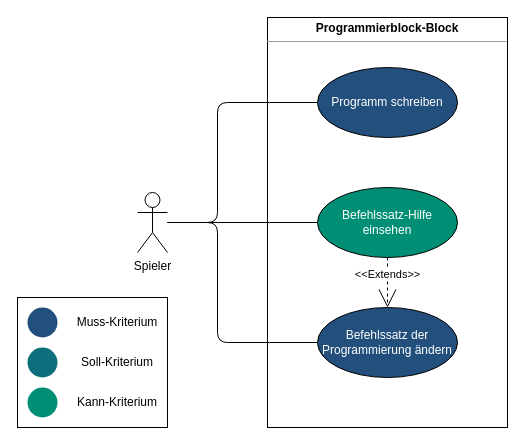
The draw.io diagram Programmier-Block.drawio in LundiNord/RISCJ-Diagramms, before the edit. Source tidied: cells renumbered, new cells numbered last; positions are measured from the earlier drawing's top-left corner, leaving out a move shared by most shapes. Both pictures are drawn from the tidied source at 100%, with x=0, y=0 at pixel (17, 17).
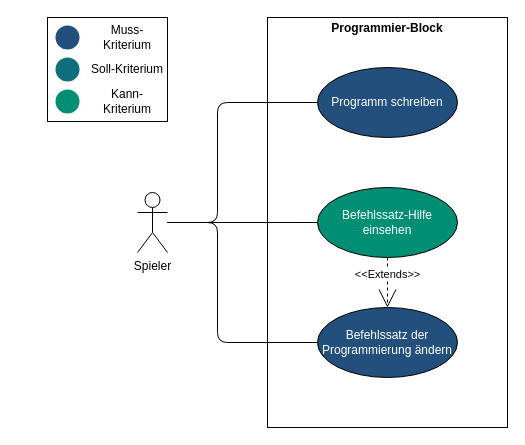
Above is the later version.

Diff of the diagram source:
```diff
@@
-    <mxCell id="2" value="&lt;p style=&quot;margin: 0px ; margin-top: 4px ; text-align: center&quot;&gt;&lt;b&gt;Programmierblock-Block&lt;/b&gt;&lt;/p&gt;&lt;hr size=&quot;1&quot;&gt;&lt;div style=&quot;height: 2px&quot;&gt;&lt;/div&gt;" style="verticalAlign=top;align=left;overflow=fill;fontSize=12;fontFamily=Helvetica;html=1;" parent="1" vertex="1">
+    <mxCell id="2" value="&lt;p style=&quot;margin: 0px ; margin-top: 4px ; text-align: center&quot;&gt;&lt;b&gt;Programmier-Block&lt;/b&gt;&lt;/p&gt;&lt;div style=&quot;height: 2px&quot;&gt;&lt;/div&gt;" style="verticalAlign=top;align=left;overflow=fill;fontSize=12;fontFamily=Helvetica;html=1;" parent="1" vertex="1">
       <mxGeometry x="250" width="240" height="410" as="geometry" />
     </mxCell>
@@
-    <mxCell id="11" style="group;" parent="1" vertex="1">
-      <mxGeometry y="280" width="150" height="130" as="geometry" />
-    </mxCell>
-    <mxCell id="12" style="ellipse;whiteSpace=wrap;html=1;strokeColor=none;fillColor=#234F7C;" parent="11" vertex="1">
-      <mxGeometry x="10" y="10" width="30" height="30" as="geometry" />
-    </mxCell>
-    <mxCell id="13" style="ellipse;whiteSpace=wrap;html=1;strokeColor=none;fillColor=#0E6E7C;" parent="11" vertex="1">
-      <mxGeometry x="10" y="50" width="30" height="30" as="geometry" />
-    </mxCell>
-    <mxCell id="14" style="ellipse;whiteSpace=wrap;html=1;strokeColor=none;fillColor=#008E74;" parent="11" vertex="1">
-      <mxGeometry x="10" y="90" width="30" height="30" as="geometry" />
-    </mxCell>
+    <mxCell id="19" style="group;" parent="1" vertex="1">
+      <mxGeometry x="30" width="120" height="104" as="geometry" />
+    </mxCell>
+    <mxCell id="20" style="ellipse;whiteSpace=wrap;html=1;strokeColor=none;fillColor=#234F7C;" parent="19" vertex="1">
+      <mxGeometry x="8" y="8" width="24" height="24" as="geometry" />
+    </mxCell>
+    <mxCell id="21" style="ellipse;whiteSpace=wrap;html=1;strokeColor=none;fillColor=#0E6E7C;" parent="19" vertex="1">
+      <mxGeometry x="8" y="40" width="24" height="24" as="geometry" />
+    </mxCell>
+    <mxCell id="22" style="ellipse;whiteSpace=wrap;html=1;strokeColor=none;fillColor=#008E74;" parent="19" vertex="1">
+      <mxGeometry x="8" y="72" width="24" height="24" as="geometry" />
+    </mxCell>
-    <mxCell id="15" value="Muss-Kriterium" style="text;html=1;strokeColor=none;fillColor=none;align=center;verticalAlign=middle;whiteSpace=wrap;rounded=0;" parent="11" vertex="1">
-      <mxGeometry x="50" y="10" width="100" height="30" as="geometry" />
+    <mxCell id="15" value="Muss-Kriterium" style="text;html=1;strokeColor=none;fillColor=none;align=center;verticalAlign=middle;whiteSpace=wrap;rounded=0;" parent="19" vertex="1">
+      <mxGeometry x="40" y="8" width="80" height="24" as="geometry" />
     </mxCell>
-    <mxCell id="16" value="Soll-Kriterium" style="text;html=1;strokeColor=none;fillColor=none;align=center;verticalAlign=middle;whiteSpace=wrap;rounded=0;" parent="11" vertex="1">
-      <mxGeometry x="50" y="50" width="100" height="30" as="geometry" />
+    <mxCell id="16" value="Soll-Kriterium" style="text;html=1;strokeColor=none;fillColor=none;align=center;verticalAlign=middle;whiteSpace=wrap;rounded=0;" parent="19" vertex="1">
+      <mxGeometry x="40" y="40" width="80" height="24" as="geometry" />
     </mxCell>
-    <mxCell id="17" value="Kann-Kriterium" style="text;html=1;strokeColor=none;fillColor=none;align=center;verticalAlign=middle;whiteSpace=wrap;rounded=0;" parent="11" vertex="1">
-      <mxGeometry x="50" y="90" width="100" height="30" as="geometry" />
+    <mxCell id="17" value="Kann-Kriterium" style="text;html=1;strokeColor=none;fillColor=none;align=center;verticalAlign=middle;whiteSpace=wrap;rounded=0;" parent="19" vertex="1">
+      <mxGeometry x="40" y="72" width="80" height="24" as="geometry" />
     </mxCell>
-    <mxCell id="18" style="rounded=0;whiteSpace=wrap;html=1;fillColor=none;" parent="11" vertex="1">
-      <mxGeometry width="150" height="130" as="geometry" />
-    </mxCell>
+    <mxCell id="23" style="rounded=0;whiteSpace=wrap;html=1;fillColor=none;" parent="19" vertex="1">
+      <mxGeometry width="120" height="104" as="geometry" />
+    </mxCell>
```
